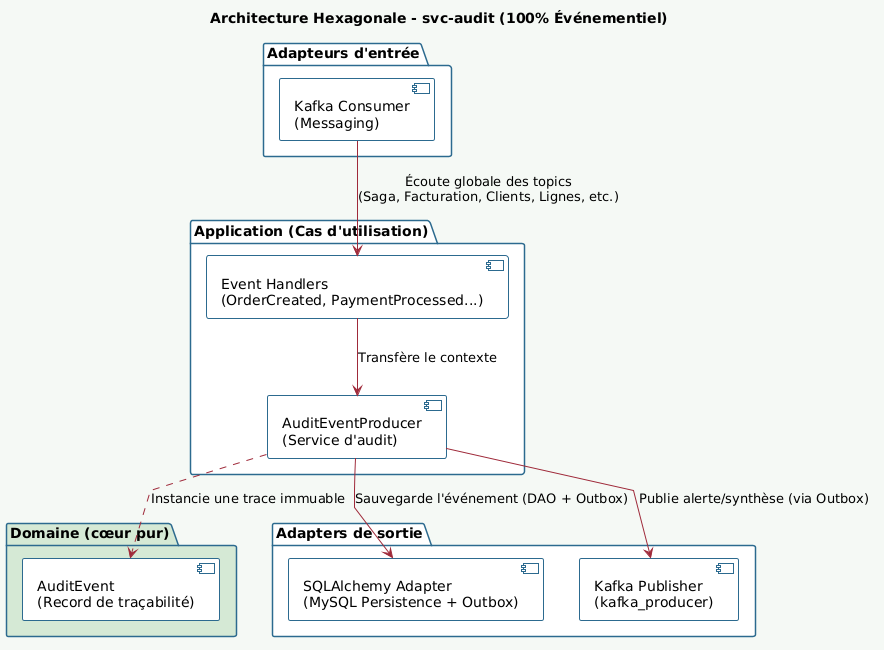
Above: docs/diagrammes/architecture-svc-audit.png in LOG430-E26-VDEGRANDPRE/cantelcox (PlantUML), before the change.
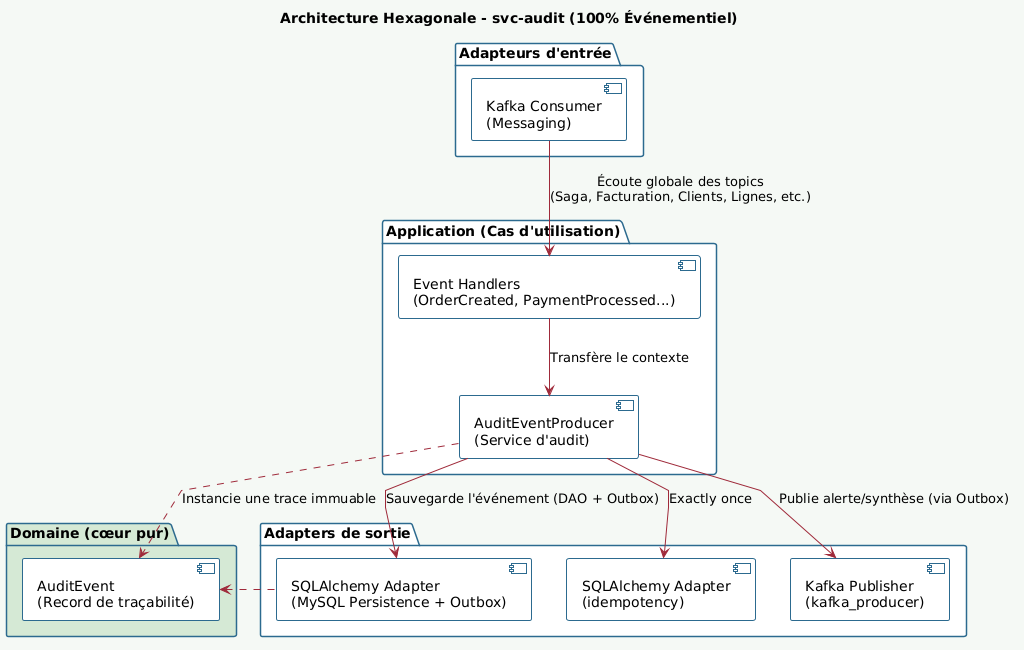
After the change.

Commit message:
section 5.2 correction hexagonal evenementiel

The edit, as a diff of the source:
```diff
@@ -37,6 +37,7 @@
 
 package "Adapters de sortie" as AdaptesO {
     component "SQLAlchemy Adapter\n(MySQL Persistence + Outbox)" as SQLAdapter
+    component "SQLAlchemy Adapter\n(idempotency)" as SQLAdapter2
     component "Kafka Publisher\n(kafka_producer)" as KafkaPublisher
 }
 
@@ -46,5 +47,7 @@
 AuditService .down.> AuditEvent : Instancie une trace immuable
 
 AuditService --> SQLAdapter : Sauvegarde l'événement (DAO + Outbox)
+AuditService --> SQLAdapter2 : Exactly once
+AuditEvent <.right. SQLAdapter
 AuditService --> KafkaPublisher : Publie alerte/synthèse (via Outbox)
 @enduml
```
